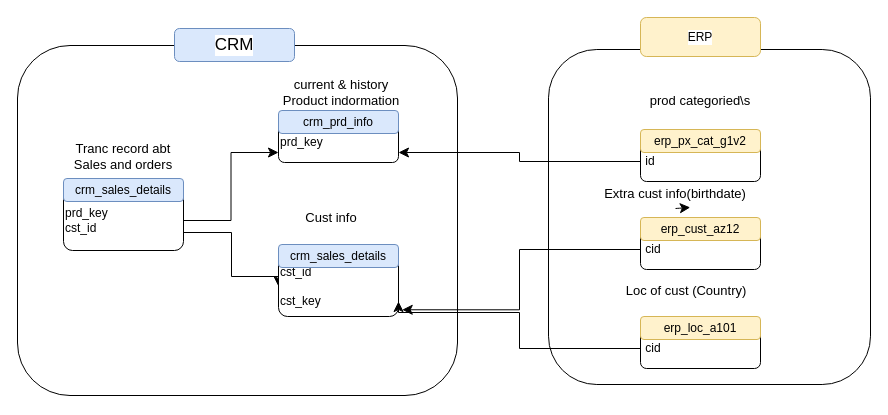
Before: integration model.drawio in Rizkyhnkw/data-warehouse, a draw.io diagram. Source tidied: cells renumbered, new cells numbered last; positions are measured from the earlier drawing's top-left corner, leaving out a move shared by most shapes. Both pictures are drawn from the tidied source at 100%, with x=0, y=0 at pixel (17, 17).
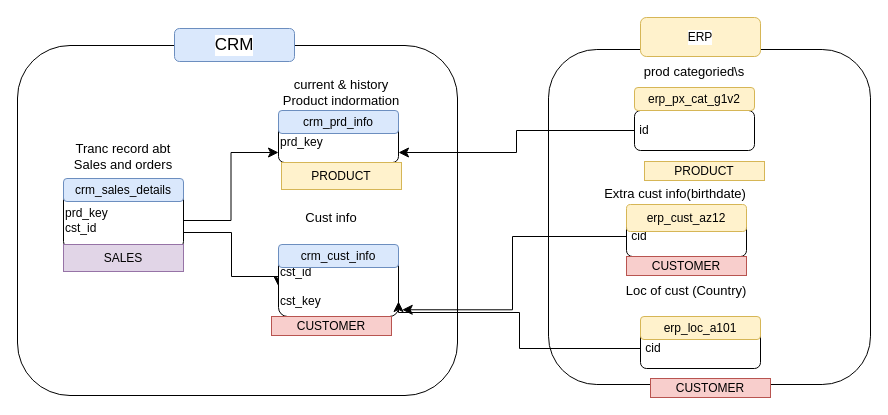
After the change.

The change refers to these unchanged cells:
```xml
<mxCell id="27" value="Extra cust info(birthdate)" style="text;strokeColor=none;fillColor=none;html=1;align=center;verticalAlign=middle;whiteSpace=wrap;rounded=0;fontSize=13;" parent="1" vertex="1">
  <mxGeometry x="568" y="161" width="180" height="30" as="geometry" />
</mxCell>
```

Diff of the diagram source:
```diff
@@
-    <mxCell id="11" value="crm_sales_details" style="rounded=1;whiteSpace=wrap;html=1;fillColor=#dae8fc;strokeColor=#6c8ebf;" parent="1" vertex="1">
+    <mxCell id="11" value="crm_cust_info" style="rounded=1;whiteSpace=wrap;html=1;fillColor=#dae8fc;strokeColor=#6c8ebf;" parent="1" vertex="1">
       <mxGeometry x="261" y="227" width="120" height="23" as="geometry" />
     </mxCell>
@@
     <mxCell id="13" value="&amp;nbsp;id" style="rounded=1;whiteSpace=wrap;html=1;align=left;strokeColor=default;" parent="1" vertex="1">
-      <mxGeometry x="623" y="124" width="120" height="40" as="geometry" />
+      <mxGeometry x="617" y="93" width="120" height="40" as="geometry" />
     </mxCell>
     <mxCell id="14" value="erp_px_cat_g1v2" style="rounded=1;whiteSpace=wrap;html=1;fillColor=#fff2cc;strokeColor=#d6b656;" parent="1" vertex="1">
-      <mxGeometry x="623" y="112" width="120" height="23" as="geometry" />
+      <mxGeometry x="617" y="70" width="120" height="23" as="geometry" />
     </mxCell>
     <mxCell id="15" value="&amp;nbsp;cid" style="rounded=1;whiteSpace=wrap;html=1;align=left;strokeColor=default;" parent="1" vertex="1">
-      <mxGeometry x="623" y="212" width="120" height="40" as="geometry" />
+      <mxGeometry x="609" y="199" width="120" height="40" as="geometry" />
     </mxCell>
     <mxCell id="16" value="erp_cust_az12" style="rounded=1;whiteSpace=wrap;html=1;fillColor=#fff2cc;strokeColor=#d6b656;" parent="1" vertex="1">
-      <mxGeometry x="623" y="200" width="120" height="23" as="geometry" />
+      <mxGeometry x="609" y="187" width="120" height="27" as="geometry" />
     </mxCell>
@@
     <mxCell id="24" value="prod categoried\s" style="text;strokeColor=none;fillColor=none;html=1;align=center;verticalAlign=middle;whiteSpace=wrap;rounded=0;fontSize=13;" parent="1" vertex="1">
-      <mxGeometry x="623" y="68" width="120" height="30" as="geometry" />
+      <mxGeometry x="617" y="39" width="120" height="30" as="geometry" />
     </mxCell>
@@
-    <mxCell id="28" style="edgeStyle=none;curved=1;rounded=0;orthogonalLoop=1;jettySize=auto;html=1;exitX=0.5;exitY=1;exitDx=0;exitDy=0;entryX=0.582;entryY=0.965;entryDx=0;entryDy=0;entryPerimeter=0;fontSize=12;startSize=8;endSize=8;" parent="1" edge="1" source="27" target="27">
-      <mxGeometry relative="1" as="geometry" />
-    </mxCell>
@@
+    <mxCell id="30" value="SALES" style="rounded=0;whiteSpace=wrap;html=1;fillColor=#e1d5e7;strokeColor=#9673a6;" parent="1" vertex="1">
+      <mxGeometry x="46" y="227" width="120" height="27" as="geometry" />
+    </mxCell>
+    <mxCell id="31" value="PRODUCT" style="rounded=0;whiteSpace=wrap;html=1;fillColor=#fff2cc;strokeColor=#d6b656;" parent="1" vertex="1">
+      <mxGeometry x="264" y="145" width="120" height="27" as="geometry" />
+    </mxCell>
+    <mxCell id="32" value="CUSTOMER" style="rounded=0;whiteSpace=wrap;html=1;fillColor=#f8cecc;strokeColor=#b85450;" parent="1" vertex="1">
+      <mxGeometry x="609" y="239" width="120" height="19" as="geometry" />
+    </mxCell>
+    <mxCell id="33" value="PRODUCT" style="rounded=0;whiteSpace=wrap;html=1;fillColor=#fff2cc;strokeColor=#d6b656;" parent="1" vertex="1">
+      <mxGeometry x="627" y="144" width="120" height="19" as="geometry" />
+    </mxCell>
+    <mxCell id="34" value="CUSTOMER" style="rounded=0;whiteSpace=wrap;html=1;fillColor=#f8cecc;strokeColor=#b85450;" parent="1" vertex="1">
+      <mxGeometry x="254" y="299" width="120" height="19" as="geometry" />
+    </mxCell>
+    <mxCell id="35" value="CUSTOMER" style="rounded=0;whiteSpace=wrap;html=1;fillColor=#f8cecc;strokeColor=#b85450;" parent="1" vertex="1">
+      <mxGeometry x="633" y="361" width="120" height="19" as="geometry" />
+    </mxCell>
```
